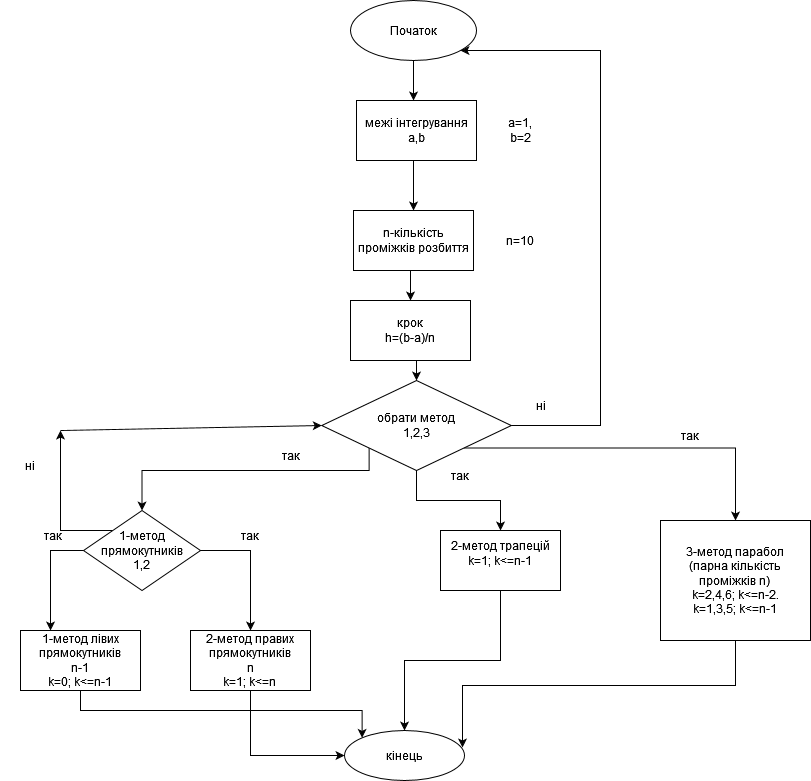
Before: Untitled Diagram.drawio.png, a diagram exported from draw.io (VolodymyrLutskevych-PE-12/Lab_2_Volodymyr-Lutskevych_PE-12_-1-). Source tidied: cells renumbered, new cells last; positions are measured from the earlier drawing's top-left corner, leaving out a move shared by most shapes.
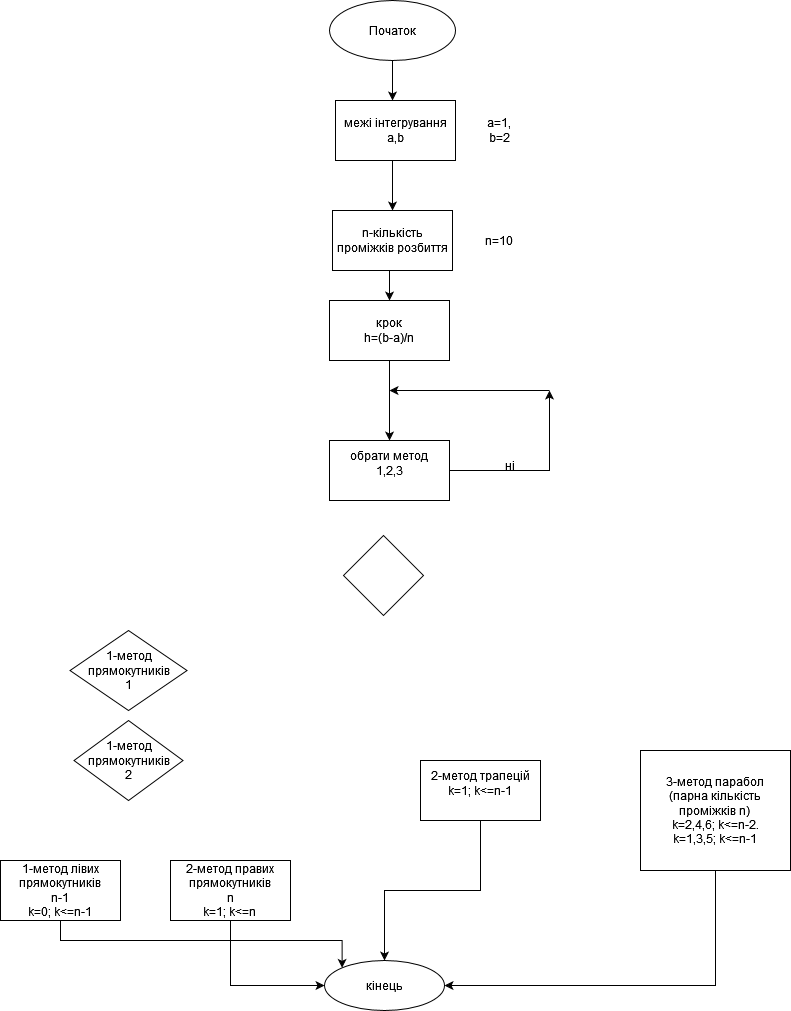
The same file after the commit.

Change to the diagram source:
```diff
@@ -16,31 +16,23 @@
         <mxPoint x="413" y="210" as="targetPoint" />
       </mxGeometry>
     </mxCell>
-    <mxCell id="5" style="edgeStyle=orthogonalEdgeStyle;rounded=0;jettySize=auto;html=1;exitX=1;exitY=0.5;exitDx=0;exitDy=0;entryX=0.5;entryY=0;entryDx=0;entryDy=0;" parent="1" edge="1" source="8" target="12">
-      <mxGeometry relative="1" as="geometry" />
-    </mxCell>
-    <mxCell id="6" style="edgeStyle=orthogonalEdgeStyle;rounded=0;jettySize=auto;html=1;exitX=0;exitY=0.5;exitDx=0;exitDy=0;entryX=0.25;entryY=0;entryDx=0;entryDy=0;" parent="1" edge="1" source="8" target="10">
-      <mxGeometry relative="1" as="geometry" />
-    </mxCell>
-    <mxCell id="7" style="edgeStyle=orthogonalEdgeStyle;rounded=0;jettySize=auto;html=1;exitX=0;exitY=0;exitDx=0;exitDy=0;" parent="1" edge="1" source="8">
-      <mxGeometry relative="1" as="geometry">
-        <mxPoint x="60" y="430" as="targetPoint" />
-      </mxGeometry>
-    </mxCell>
-    <mxCell id="8" value="&lt;div&gt;1-метод прямокутників&lt;/div&gt;1,2" style="rhombus;whiteSpace=wrap;html=1;" parent="1" vertex="1">
-      <mxGeometry x="83" y="510" width="117" height="80" as="geometry" />
+    <mxCell id="8" value="&lt;div&gt;1-метод прямокутників&lt;/div&gt;1" style="rhombus;whiteSpace=wrap;html=1;" parent="1" vertex="1">
+      <mxGeometry x="90.5" y="630" width="117" height="80" as="geometry" />
     </mxCell>
+    <mxCell id="36" style="edgeStyle=orthogonalEdgeStyle;rounded=0;jettySize=auto;html=1;exitX=0.5;exitY=1;exitDx=0;exitDy=0;entryX=1;entryY=0.5;entryDx=0;entryDy=0;" parent="1" edge="1" source="37" target="17">
+      <mxGeometry relative="1" as="geometry" />
+    </mxCell>
     <mxCell id="9" style="edgeStyle=orthogonalEdgeStyle;rounded=0;jettySize=auto;html=1;exitX=0.5;exitY=1;exitDx=0;exitDy=0;entryX=0;entryY=0;entryDx=0;entryDy=0;" parent="1" edge="1" source="10" target="17">
       <mxGeometry relative="1" as="geometry" />
     </mxCell>
     <mxCell id="10" value="&lt;div&gt;1-метод лівих прямокутників&lt;/div&gt;&lt;div&gt;n-1&lt;/div&gt;&lt;div&gt;k=0; k&amp;lt;=n-1&lt;br&gt;&lt;/div&gt;" style="rounded=0;whiteSpace=wrap;html=1;" parent="1" vertex="1">
-      <mxGeometry x="20" y="630" width="120" height="60" as="geometry" />
+      <mxGeometry x="21" y="860" width="120" height="60" as="geometry" />
     </mxCell>
     <mxCell id="11" style="edgeStyle=orthogonalEdgeStyle;rounded=0;jettySize=auto;html=1;exitX=0.5;exitY=1;exitDx=0;exitDy=0;entryX=0;entryY=0.5;entryDx=0;entryDy=0;" parent="1" edge="1" source="12" target="17">
       <mxGeometry relative="1" as="geometry" />
     </mxCell>
     <mxCell id="12" value="&lt;div&gt;2-метод правих прямокутників&lt;/div&gt;&lt;div&gt;n&lt;/div&gt;&lt;div&gt;k=1; k&amp;lt;=n&lt;br&gt;&lt;/div&gt;" style="rounded=0;whiteSpace=wrap;html=1;" parent="1" vertex="1">
-      <mxGeometry x="190" y="630" width="120" height="60" as="geometry" />
+      <mxGeometry x="191" y="860" width="120" height="60" as="geometry" />
     </mxCell>
     <mxCell id="13" value="а=1, b=2" style="text;html=1;strokeColor=none;fillColor=none;align=center;verticalAlign=middle;whiteSpace=wrap;rounded=0;" parent="1" vertex="1">
       <mxGeometry x="500" y="110" width="40" height="40" as="geometry" />
@@ -55,79 +47,50 @@
       <mxGeometry x="356" y="100" width="120" height="60" as="geometry" />
     </mxCell>
     <mxCell id="17" value="кінець" style="ellipse;whiteSpace=wrap;html=1;" parent="1" vertex="1">
-      <mxGeometry x="344" y="730" width="120" height="50" as="geometry" />
+      <mxGeometry x="345" y="960" width="120" height="50" as="geometry" />
     </mxCell>
     <mxCell id="18" value="n=10" style="text;html=1;strokeColor=none;fillColor=none;align=center;verticalAlign=middle;whiteSpace=wrap;rounded=0;" parent="1" vertex="1">
       <mxGeometry x="490" y="225" width="60" height="30" as="geometry" />
     </mxCell>
-    <mxCell id="19" style="edgeStyle=orthogonalEdgeStyle;rounded=0;jettySize=auto;html=1;exitX=1;exitY=0.5;exitDx=0;exitDy=0;" parent="1" edge="1" source="23" target="3">
-      <mxGeometry relative="1" as="geometry">
-        <Array as="points">
-          <mxPoint x="600" y="425" />
-          <mxPoint x="600" y="50" />
-        </Array>
-      </mxGeometry>
-    </mxCell>
-    <mxCell id="20" style="edgeStyle=orthogonalEdgeStyle;rounded=0;jettySize=auto;html=1;exitX=0;exitY=1;exitDx=0;exitDy=0;entryX=0.5;entryY=0;entryDx=0;entryDy=0;" parent="1" edge="1" source="23" target="8">
-      <mxGeometry relative="1" as="geometry">
-        <Array as="points">
-          <mxPoint x="369" y="470" />
-          <mxPoint x="142" y="470" />
-        </Array>
-      </mxGeometry>
-    </mxCell>
-    <mxCell id="21" style="edgeStyle=orthogonalEdgeStyle;rounded=0;jettySize=auto;html=1;exitX=0.5;exitY=1;exitDx=0;exitDy=0;" parent="1" edge="1" source="23" target="35">
-      <mxGeometry relative="1" as="geometry" />
-    </mxCell>
-    <mxCell id="22" style="edgeStyle=orthogonalEdgeStyle;rounded=0;jettySize=auto;html=1;exitX=1;exitY=1;exitDx=0;exitDy=0;" parent="1" edge="1" source="23" target="37">
-      <mxGeometry relative="1" as="geometry" />
-    </mxCell>
-    <mxCell id="23" value="&lt;div&gt;обрати метод&lt;/div&gt;1,2,3" style="rhombus;whiteSpace=wrap;html=1;" parent="1" vertex="1">
-      <mxGeometry x="321.2" y="380" width="189.5" height="90" as="geometry" />
-    </mxCell>
+    <mxCell id="38" style="edgeStyle=orthogonalEdgeStyle;rounded=0;jettySize=auto;html=1;" parent="1" edge="1" source="23">
+      <mxGeometry relative="1" as="geometry">
+        <mxPoint x="570" y="390" as="targetPoint" />
+      </mxGeometry>
+    </mxCell>
-    <mxCell id="24" style="edgeStyle=orthogonalEdgeStyle;rounded=0;jettySize=auto;html=1;exitX=0.5;exitY=1;exitDx=0;exitDy=0;entryX=0.5;entryY=0;entryDx=0;entryDy=0;" parent="1" edge="1" source="25" target="23">
-      <mxGeometry relative="1" as="geometry" />
+    <mxCell id="24" style="edgeStyle=orthogonalEdgeStyle;rounded=0;jettySize=auto;html=1;exitX=0.5;exitY=1;exitDx=0;exitDy=0;entryX=0.5;entryY=0;entryDx=0;entryDy=0;" parent="1" edge="1" source="25">
+      <mxGeometry relative="1" as="geometry">
+        <mxPoint x="410" y="440" as="targetPoint" />
+      </mxGeometry>
     </mxCell>
     <mxCell id="25" value="&lt;div&gt;крок&lt;/div&gt;&lt;div&gt;h=(b-a)/n&lt;br&gt;&lt;/div&gt;" style="rounded=0;whiteSpace=wrap;html=1;" parent="1" vertex="1">
       <mxGeometry x="350" y="300" width="120" height="60" as="geometry" />
     </mxCell>
-    <mxCell id="26" value="так" style="text;html=1;strokeColor=none;fillColor=none;align=center;verticalAlign=middle;whiteSpace=wrap;rounded=0;" parent="1" vertex="1">
-      <mxGeometry x="261.2" y="440" width="60" height="30" as="geometry" />
-    </mxCell>
     <mxCell id="27" value="ні" style="text;html=1;strokeColor=none;fillColor=none;align=center;verticalAlign=middle;whiteSpace=wrap;rounded=0;" parent="1" vertex="1">
-      <mxGeometry x="511" y="390" width="60" height="30" as="geometry" />
+      <mxGeometry x="501" y="450" width="60" height="30" as="geometry" />
     </mxCell>
-    <mxCell id="28" value="так" style="text;html=1;strokeColor=none;fillColor=none;align=center;verticalAlign=middle;whiteSpace=wrap;rounded=0;" parent="1" vertex="1">
-      <mxGeometry x="220" y="520" width="60" height="30" as="geometry" />
-    </mxCell>
-    <mxCell id="29" value="так" style="text;html=1;strokeColor=none;fillColor=none;align=center;verticalAlign=middle;whiteSpace=wrap;rounded=0;" parent="1" vertex="1">
-      <mxGeometry x="23" y="520" width="60" height="30" as="geometry" />
-    </mxCell>
-    <mxCell id="30" value="ні" style="text;html=1;strokeColor=none;fillColor=none;align=center;verticalAlign=middle;whiteSpace=wrap;rounded=0;" parent="1" vertex="1">
-      <mxGeometry y="450" width="60" height="30" as="geometry" />
-    </mxCell>
-    <mxCell id="31" style="endArrow=classic;html=1;rounded=0;entryX=0;entryY=0.5;entryDx=0;entryDy=0;" parent="1" edge="1" target="23">
-      <mxGeometry relative="1" as="geometry">
-        <mxPoint x="60" y="430" as="sourcePoint" />
-      </mxGeometry>
-    </mxCell>
-    <mxCell id="32" value="так" style="text;html=1;strokeColor=none;fillColor=none;align=center;verticalAlign=middle;whiteSpace=wrap;rounded=0;" parent="1" vertex="1">
-      <mxGeometry x="430" y="460" width="60" height="30" as="geometry" />
-    </mxCell>
-    <mxCell id="33" value="так" style="text;html=1;strokeColor=none;fillColor=none;align=center;verticalAlign=middle;whiteSpace=wrap;rounded=0;" parent="1" vertex="1">
-      <mxGeometry x="660" y="420" width="60" height="30" as="geometry" />
-    </mxCell>
     <mxCell id="34" style="edgeStyle=orthogonalEdgeStyle;rounded=0;jettySize=auto;html=1;exitX=0.5;exitY=1;exitDx=0;exitDy=0;entryX=0.5;entryY=0;entryDx=0;entryDy=0;" parent="1" edge="1" source="35" target="17">
       <mxGeometry relative="1" as="geometry" />
     </mxCell>
     <mxCell id="35" value="&#10;&lt;div&gt;2-метод трапецій&lt;/div&gt;k=1; k&amp;lt;=n-1&#10;&#10;" style="rounded=0;whiteSpace=wrap;html=1;" parent="1" vertex="1">
-      <mxGeometry x="440" y="530" width="120" height="60" as="geometry" />
+      <mxGeometry x="441" y="760" width="120" height="60" as="geometry" />
     </mxCell>
-    <mxCell id="36" style="edgeStyle=orthogonalEdgeStyle;rounded=0;jettySize=auto;html=1;exitX=0.5;exitY=1;exitDx=0;exitDy=0;entryX=0.983;entryY=0.34;entryDx=0;entryDy=0;entryPerimeter=0;" parent="1" edge="1" source="37" target="17">
-      <mxGeometry relative="1" as="geometry" />
-    </mxCell>
     <mxCell id="37" value="&lt;div&gt;3-метод парабол&lt;/div&gt;&lt;div&gt;(парна кількість проміжків n) &lt;br&gt;&lt;/div&gt;&lt;div&gt;k=2,4,6; k&amp;lt;=n-2.&lt;/div&gt;&lt;div&gt;k=1,3,5; k&amp;lt;=n-1&lt;br&gt; &lt;/div&gt;" style="rounded=0;whiteSpace=wrap;html=1;" parent="1" vertex="1">
-      <mxGeometry x="660" y="520" width="150" height="120" as="geometry" />
+      <mxGeometry x="661" y="750" width="150" height="120" as="geometry" />
     </mxCell>
+    <mxCell id="39" style="endArrow=classic;html=1;rounded=0;" parent="1" edge="1">
+      <mxGeometry relative="1" as="geometry">
+        <mxPoint x="570" y="390" as="sourcePoint" />
+        <mxPoint x="410" y="390" as="targetPoint" />
+      </mxGeometry>
+    </mxCell>
+    <mxCell id="40" style="rhombus;whiteSpace=wrap;html=1;" parent="1" vertex="1">
+      <mxGeometry x="364" y="535" width="80" height="80" as="geometry" />
+    </mxCell>
+    <mxCell id="23" value="&#10;&lt;div&gt;обрати метод&lt;/div&gt;1,2,3&#10;&#10;" style="rounded=0;whiteSpace=wrap;html=1;" parent="1" vertex="1">
+      <mxGeometry x="350" y="440" width="120" height="60" as="geometry" />
+    </mxCell>
+    <mxCell id="41" value="&lt;div&gt;1-метод прямокутників&lt;/div&gt;2" style="rhombus;whiteSpace=wrap;html=1;" parent="1" vertex="1">
+      <mxGeometry x="94.5" y="720" width="109" height="80" as="geometry" />
+    </mxCell>
   </root>
 </mxGraphModel>
```
